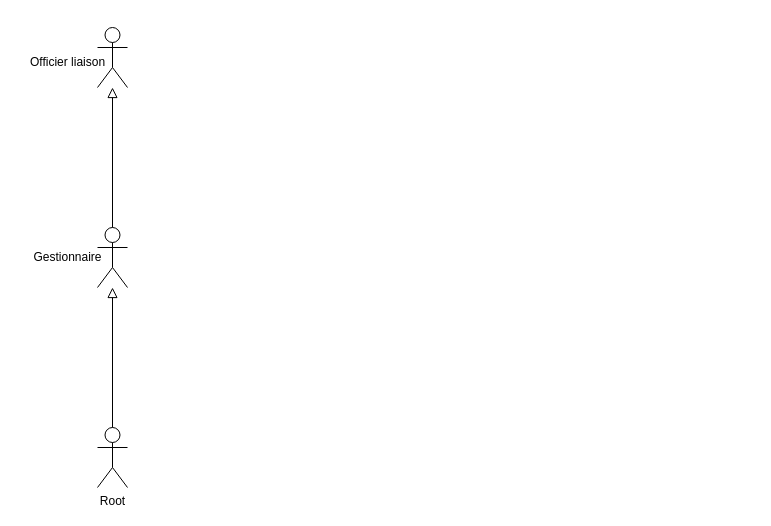
The draw.io diagram Diagramme COCAN.drawio in kbvac/Diagramme-UML, before the edit. Source tidied: cells renumbered, new cells numbered last; positions are measured from the earlier drawing's top-left corner, leaving out a move shared by most shapes. Both pictures are drawn from the tidied source at 100%, with x=0, y=0 at pixel (17, 27).
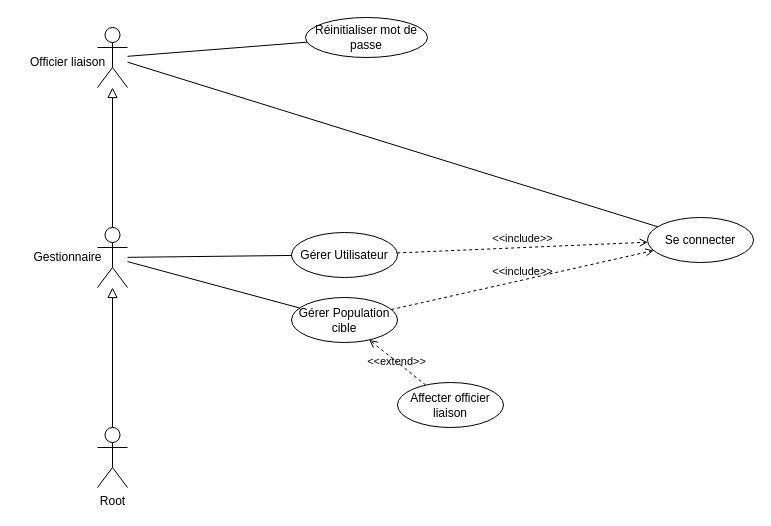
After the change.

Commit message (it also covers changes not shown here):
Mettre à jour Diagramme COCAN.drawio

Unchanged cells that the change refers to:
```xml
<mxCell id="2" style="shape=umlActor;verticalLabelPosition=bottom;verticalAlign=top;html=1;" parent="1" vertex="1">
  <mxGeometry x="80" y="200" width="30" height="60" as="geometry" />
</mxCell>
<mxCell id="7" style="shape=umlActor;verticalLabelPosition=bottom;verticalAlign=top;html=1;" parent="1" vertex="1">
  <mxGeometry x="80" width="30" height="60" as="geometry" />
</mxCell>
```

Diff of the diagram source:
```diff
@@
+    <mxCell id="11" value="Gérer Utilisateur" style="ellipse;whiteSpace=wrap;html=1;" parent="1" vertex="1">
+      <mxGeometry x="274" y="205" width="106" height="45" as="geometry" />
+    </mxCell>
+    <mxCell id="12" style="endArrow=none;startArrow=none;endFill=0;startFill=0;endSize=8;html=1;verticalAlign=bottom;labelBackgroundColor=none;strokeWidth=1;rounded=0;" parent="1" edge="1" source="2" target="11">
+      <mxGeometry relative="1" as="geometry" />
+    </mxCell>
+    <mxCell id="13" value="Gérer Population cible" style="ellipse;whiteSpace=wrap;html=1;" parent="1" vertex="1">
+      <mxGeometry x="274" y="270" width="106" height="45" as="geometry" />
+    </mxCell>
+    <mxCell id="14" style="endArrow=none;startArrow=none;endFill=0;startFill=0;endSize=8;html=1;verticalAlign=bottom;labelBackgroundColor=none;strokeWidth=1;rounded=0;" parent="1" edge="1" source="2" target="13">
+      <mxGeometry relative="1" as="geometry" />
+    </mxCell>
+    <mxCell id="15" value="Affecter officier liaison" style="ellipse;whiteSpace=wrap;html=1;" parent="1" vertex="1">
+      <mxGeometry x="380" y="355" width="106" height="45" as="geometry" />
+    </mxCell>
+    <mxCell id="16" value="Se connecter" style="ellipse;whiteSpace=wrap;html=1;" parent="1" vertex="1">
+      <mxGeometry x="630" y="190" width="106" height="45" as="geometry" />
+    </mxCell>
+    <mxCell id="17" value="&amp;lt;&amp;lt;extend&amp;gt;&amp;gt;" style="html=1;verticalAlign=bottom;labelBackgroundColor=none;endArrow=open;endFill=0;dashed=1;rounded=0;" parent="1" edge="1" source="15" target="13">
+      <mxGeometry x="-0.08" y="6" relative="1" as="geometry">
+        <mxPoint y="1" as="offset" />
+      </mxGeometry>
+    </mxCell>
+    <mxCell id="18" value="&amp;lt;&amp;lt;include&amp;gt;&amp;gt;" style="html=1;verticalAlign=bottom;labelBackgroundColor=none;endArrow=open;endFill=0;dashed=1;rounded=0;" parent="1" edge="1" source="13" target="16">
+      <mxGeometry relative="1" as="geometry" />
+    </mxCell>
+    <mxCell id="19" value="&amp;lt;&amp;lt;include&amp;gt;&amp;gt;" style="html=1;verticalAlign=bottom;labelBackgroundColor=none;endArrow=open;endFill=0;dashed=1;rounded=0;" parent="1" edge="1" source="11" target="16">
+      <mxGeometry relative="1" as="geometry" />
+    </mxCell>
+    <mxCell id="20" style="endArrow=none;startArrow=none;endFill=0;startFill=0;endSize=8;html=1;verticalAlign=bottom;labelBackgroundColor=none;strokeWidth=1;rounded=0;" parent="1" edge="1" source="7" target="16">
+      <mxGeometry relative="1" as="geometry" />
+    </mxCell>
+    <mxCell id="21" value="Réinitialiser mot de passe" style="ellipse;whiteSpace=wrap;html=1;" parent="1" vertex="1">
+      <mxGeometry x="288" y="-10" width="122" height="40" as="geometry" />
+    </mxCell>
+    <mxCell id="22" style="endArrow=none;startArrow=none;endFill=0;startFill=0;endSize=8;html=1;verticalAlign=bottom;labelBackgroundColor=none;strokeWidth=1;rounded=0;" parent="1" edge="1" source="7" target="21">
+      <mxGeometry relative="1" as="geometry" />
+    </mxCell>
```
